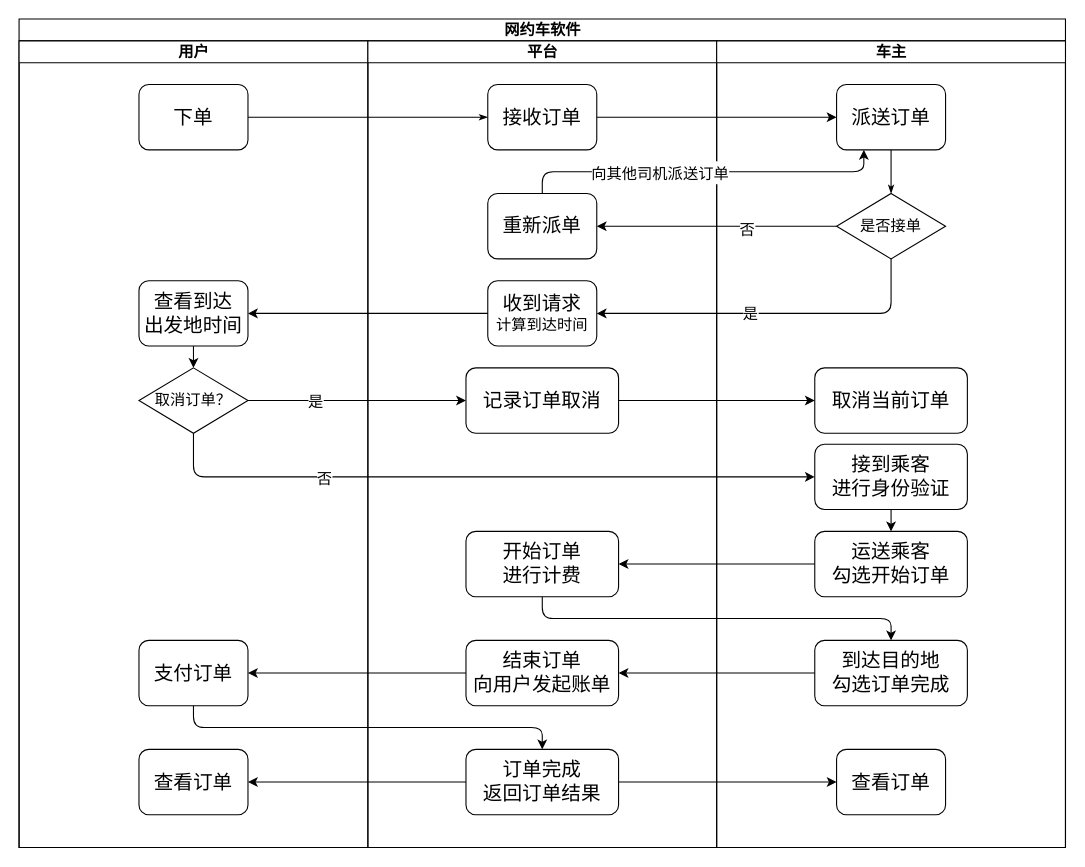
This is Untitled Diagram.drawio from PtilopsisL/drawio, a draw.io file, before an edit. Source tidied: cells renumbered, new cells numbered last; positions are measured from the earlier drawing's top-left corner, leaving out a move shared by most shapes. Both pictures are drawn from the tidied source at 109%, with x=0, y=0 at pixel (19, 19).
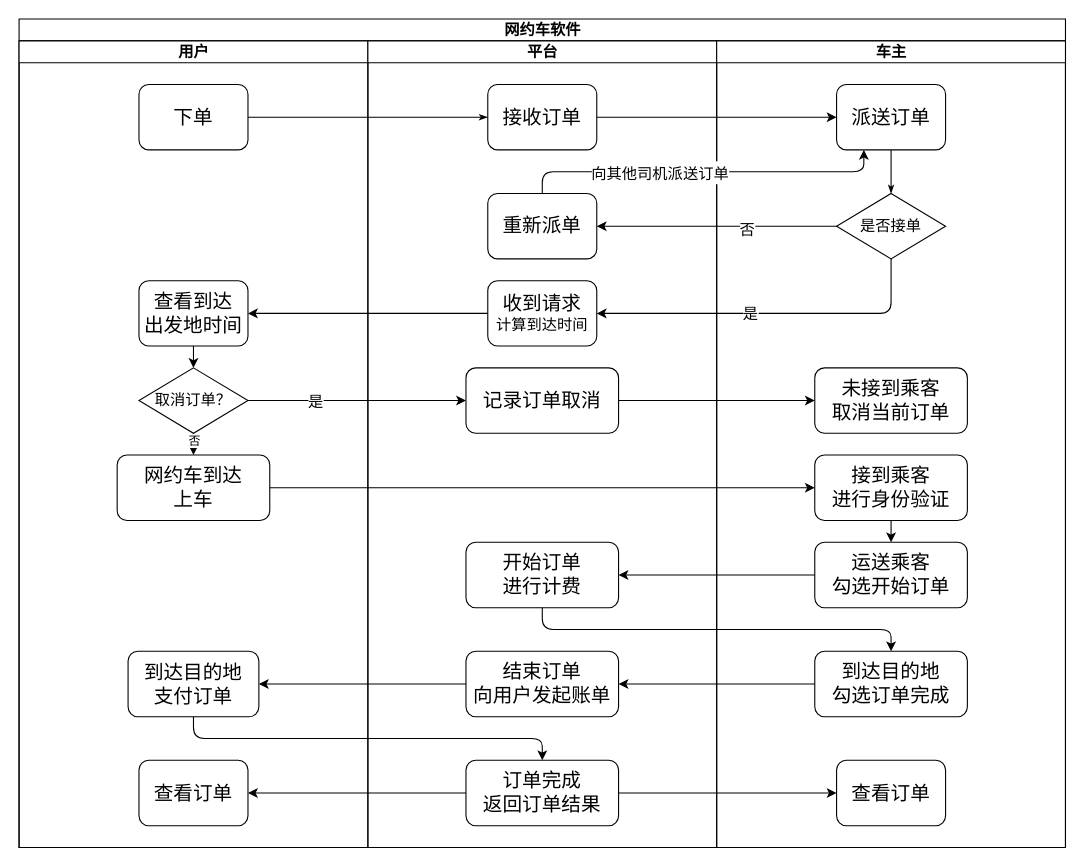
After the change.

Unchanged cells that the change refers to:
```xml
<mxCell id="2" value="&lt;font style=&quot;font-size: 14px;&quot;&gt;网约车软件&lt;/font&gt;" style="swimlane;html=1;startSize=20;rounded=0;shadow=0;labelBackgroundColor=none;strokeWidth=1;fontFamily=Verdana;fontSize=8;align=center;" parent="1" vertex="1">
  <mxGeometry width="960" height="760" as="geometry" />
</mxCell>
<mxCell id="3" value="&lt;font style=&quot;font-size: 14px;&quot;&gt;用户&lt;/font&gt;" style="swimlane;html=1;startSize=20;" parent="2" vertex="1">
  <mxGeometry y="20" width="320" height="740" as="geometry" />
</mxCell>
<mxCell id="7" value="&lt;span style=&quot;font-size: 14px;&quot;&gt;取消订单？&lt;/span&gt;" style="rhombus;whiteSpace=wrap;html=1;rounded=0;shadow=0;labelBackgroundColor=none;strokeWidth=1;fontFamily=Verdana;fontSize=8;align=center;" parent="3" vertex="1">
  <mxGeometry x="110" y="300" width="100" height="60" as="geometry" />
</mxCell>
<mxCell id="10" value="&lt;font style=&quot;font-size: 14px;&quot;&gt;平台&lt;/font&gt;" style="swimlane;html=1;startSize=20;" parent="2" vertex="1">
  <mxGeometry x="320" y="20" width="320" height="740" as="geometry" />
</mxCell>
<mxCell id="18" value="&lt;font style=&quot;font-size: 14px;&quot;&gt;车主&lt;/font&gt;" style="swimlane;html=1;startSize=20;" parent="2" vertex="1">
  <mxGeometry x="640" y="20" width="320" height="740" as="geometry" />
</mxCell>
```

Change to the diagram source:
```diff
@@
+    <mxCell id="49" style="edgeStyle=orthogonalEdgeStyle;rounded=0;jettySize=auto;html=1;exitX=0.5;exitY=1;exitDx=0;exitDy=0;entryX=0.5;entryY=0;entryDx=0;entryDy=0;" parent="3" edge="1" source="7" target="50">
+      <mxGeometry relative="1" as="geometry" />
+    </mxCell>
+    <mxCell id="41" value="否" style="edgeLabel;html=1;align=center;verticalAlign=middle;" parent="49" vertex="1">
+      <mxGeometry x="-0.39" relative="1" as="geometry" />
+    </mxCell>
@@
-    <mxCell id="8" value="&lt;font size=&quot;4&quot;&gt;支付订单&lt;/font&gt;" style="rounded=1;whiteSpace=wrap;html=1;shadow=0;labelBackgroundColor=none;strokeWidth=1;fontFamily=Verdana;fontSize=8;align=center;" parent="3" vertex="1">
-      <mxGeometry x="110" y="550" width="100" height="60" as="geometry" />
+    <mxCell id="8" value="&lt;font size=&quot;4&quot;&gt;到达目的地&lt;br&gt;支付订单&lt;/font&gt;" style="rounded=1;whiteSpace=wrap;html=1;shadow=0;labelBackgroundColor=none;strokeWidth=1;fontFamily=Verdana;fontSize=8;align=center;" parent="3" vertex="1">
+      <mxGeometry x="100" y="560" width="120" height="60" as="geometry" />
     </mxCell>
     <mxCell id="9" value="&lt;font size=&quot;4&quot;&gt;查看订单&lt;/font&gt;" style="rounded=1;whiteSpace=wrap;html=1;shadow=0;labelBackgroundColor=none;strokeWidth=1;fontFamily=Verdana;fontSize=8;align=center;" parent="3" vertex="1">
-      <mxGeometry x="110" y="650" width="100" height="60" as="geometry" />
+      <mxGeometry x="110" y="660" width="100" height="60" as="geometry" />
     </mxCell>
+    <mxCell id="50" value="&lt;font size=&quot;4&quot;&gt;网约车到达&lt;br&gt;上车&lt;br&gt;&lt;/font&gt;" style="rounded=1;whiteSpace=wrap;html=1;fontSize=14;" parent="3" vertex="1">
+      <mxGeometry x="90" y="380" width="140" height="60" as="geometry" />
+    </mxCell>
@@
     <mxCell id="15" value="&lt;font size=&quot;4&quot;&gt;开始订单&lt;br&gt;进行计费&lt;br&gt;&lt;/font&gt;" style="rounded=1;whiteSpace=wrap;html=1;fontSize=14;" parent="10" vertex="1">
-      <mxGeometry x="90" y="450" width="140" height="60" as="geometry" />
+      <mxGeometry x="90" y="460" width="140" height="60" as="geometry" />
     </mxCell>
     <mxCell id="16" value="&lt;font size=&quot;4&quot;&gt;结束订单&lt;br&gt;向用户发起账单&lt;br&gt;&lt;/font&gt;" style="rounded=1;whiteSpace=wrap;html=1;fontSize=14;" parent="10" vertex="1">
-      <mxGeometry x="90" y="550" width="140" height="60" as="geometry" />
+      <mxGeometry x="90" y="560" width="140" height="60" as="geometry" />
     </mxCell>
     <mxCell id="17" value="&lt;font size=&quot;4&quot;&gt;订单完成&lt;br&gt;返回订单结果&lt;br&gt;&lt;/font&gt;" style="rounded=1;whiteSpace=wrap;html=1;fontSize=14;" parent="10" vertex="1">
-      <mxGeometry x="90" y="650" width="140" height="60" as="geometry" />
+      <mxGeometry x="90" y="660" width="140" height="60" as="geometry" />
     </mxCell>
@@
-    <mxCell id="22" value="&lt;font size=&quot;4&quot;&gt;取消当前订单&lt;br&gt;&lt;/font&gt;" style="rounded=1;whiteSpace=wrap;html=1;fontSize=14;" parent="18" vertex="1">
+    <mxCell id="22" value="&lt;font size=&quot;4&quot;&gt;未接到乘客&lt;br&gt;取消当前订单&lt;br&gt;&lt;/font&gt;" style="rounded=1;whiteSpace=wrap;html=1;fontSize=14;" parent="18" vertex="1">
       <mxGeometry x="90" y="300" width="140" height="60" as="geometry" />
     </mxCell>
@@
     <mxCell id="24" value="&lt;font size=&quot;4&quot;&gt;接到乘客&lt;br&gt;进行身份验证&lt;br&gt;&lt;/font&gt;" style="rounded=1;whiteSpace=wrap;html=1;fontSize=14;" parent="18" vertex="1">
-      <mxGeometry x="90" y="370" width="140" height="60" as="geometry" />
+      <mxGeometry x="90" y="380" width="140" height="60" as="geometry" />
     </mxCell>
     <mxCell id="25" value="&lt;font size=&quot;4&quot;&gt;运送乘客&lt;br&gt;勾选开始订单&lt;br&gt;&lt;/font&gt;" style="rounded=1;whiteSpace=wrap;html=1;fontSize=14;" parent="18" vertex="1">
-      <mxGeometry x="90" y="450" width="140" height="60" as="geometry" />
+      <mxGeometry x="90" y="460" width="140" height="60" as="geometry" />
     </mxCell>
     <mxCell id="26" value="&lt;font size=&quot;4&quot;&gt;到达目的地&lt;br&gt;勾选订单完成&lt;br&gt;&lt;/font&gt;" style="rounded=1;whiteSpace=wrap;html=1;fontSize=14;" parent="18" vertex="1">
-      <mxGeometry x="90" y="550" width="140" height="60" as="geometry" />
+      <mxGeometry x="90" y="560" width="140" height="60" as="geometry" />
     </mxCell>
     <mxCell id="27" value="&lt;font size=&quot;4&quot;&gt;查看订单&lt;/font&gt;" style="rounded=1;whiteSpace=wrap;html=1;shadow=0;labelBackgroundColor=none;strokeWidth=1;fontFamily=Verdana;fontSize=8;align=center;" parent="18" vertex="1">
-      <mxGeometry x="110" y="650" width="100" height="60" as="geometry" />
+      <mxGeometry x="110" y="660" width="100" height="60" as="geometry" />
     </mxCell>
@@
-    <mxCell id="40" style="edgeStyle=orthogonalEdgeStyle;rounded=1;jettySize=auto;html=1;exitX=0.5;exitY=1;exitDx=0;exitDy=0;entryX=0;entryY=0.5;entryDx=0;entryDy=0;fontSize=14;" parent="2" edge="1" source="7" target="24">
-      <mxGeometry relative="1" as="geometry" />
-    </mxCell>
-    <mxCell id="41" value="否" style="edgeLabel;html=1;align=center;verticalAlign=middle;fontSize=14;" parent="40" vertex="1">
-      <mxGeometry x="-0.48" y="-1" relative="1" as="geometry" />
-    </mxCell>
@@
+    <mxCell id="51" style="edgeStyle=orthogonalEdgeStyle;rounded=0;jettySize=auto;html=1;exitX=1;exitY=0.5;exitDx=0;exitDy=0;entryX=0;entryY=0.5;entryDx=0;entryDy=0;" parent="2" edge="1" source="50" target="24">
+      <mxGeometry relative="1" as="geometry" />
+    </mxCell>
```
